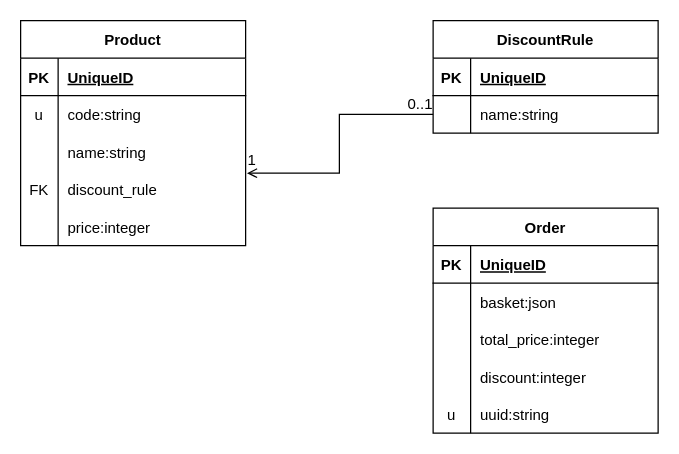
mark-jabczynski/Amenitiz keeps this draw.io diagram as database_structure.drawio. Above is the earlier version. Source tidied: cells renumbered, new cells numbered last; positions are measured from the earlier drawing's top-left corner, leaving out a move shared by most shapes. Both pictures are drawn from the tidied source at 125%, with x=0, y=0 at pixel (20, 20).
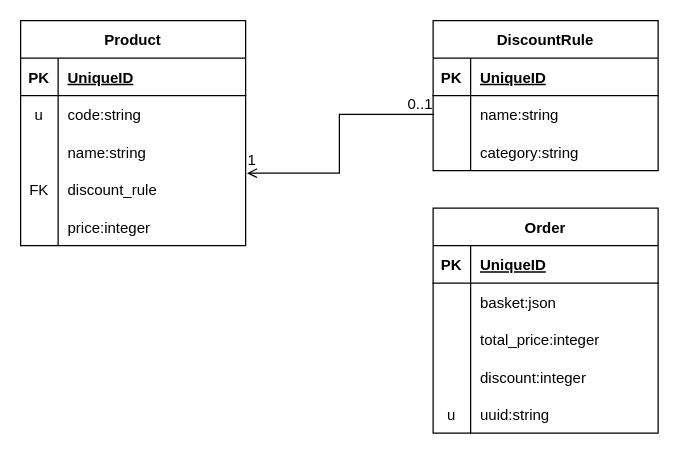
The same page after the edit.

Diff of the diagram source:
```diff
@@
     <mxCell id="3" value="DiscountRule" style="shape=table;startSize=30;childLayout=tableLayout;rowLines=0;fontStyle=1;align=center;" parent="1" vertex="1">
-      <mxGeometry x="330" width="180" height="90" as="geometry" />
+      <mxGeometry x="330" width="180" height="120" as="geometry" />
     </mxCell>
@@
+    <mxCell id="44" style="shape=partialRectangle;fillColor=none;top=0;left=0;bottom=0;right=0;" parent="3" vertex="1">
+      <mxGeometry y="90" width="180" height="30" as="geometry" />
+    </mxCell>
+    <mxCell id="45" style="shape=partialRectangle;fillColor=none;top=0;left=0;bottom=0;right=0;overflow=hidden;" parent="44" vertex="1">
+      <mxGeometry width="30" height="30" as="geometry" />
+    </mxCell>
+    <mxCell id="46" value="category:string" style="shape=partialRectangle;fillColor=none;top=0;left=0;bottom=0;right=0;align=left;spacingLeft=6;overflow=hidden;" parent="44" vertex="1">
+      <mxGeometry x="30" width="150" height="30" as="geometry" />
+    </mxCell>
```
